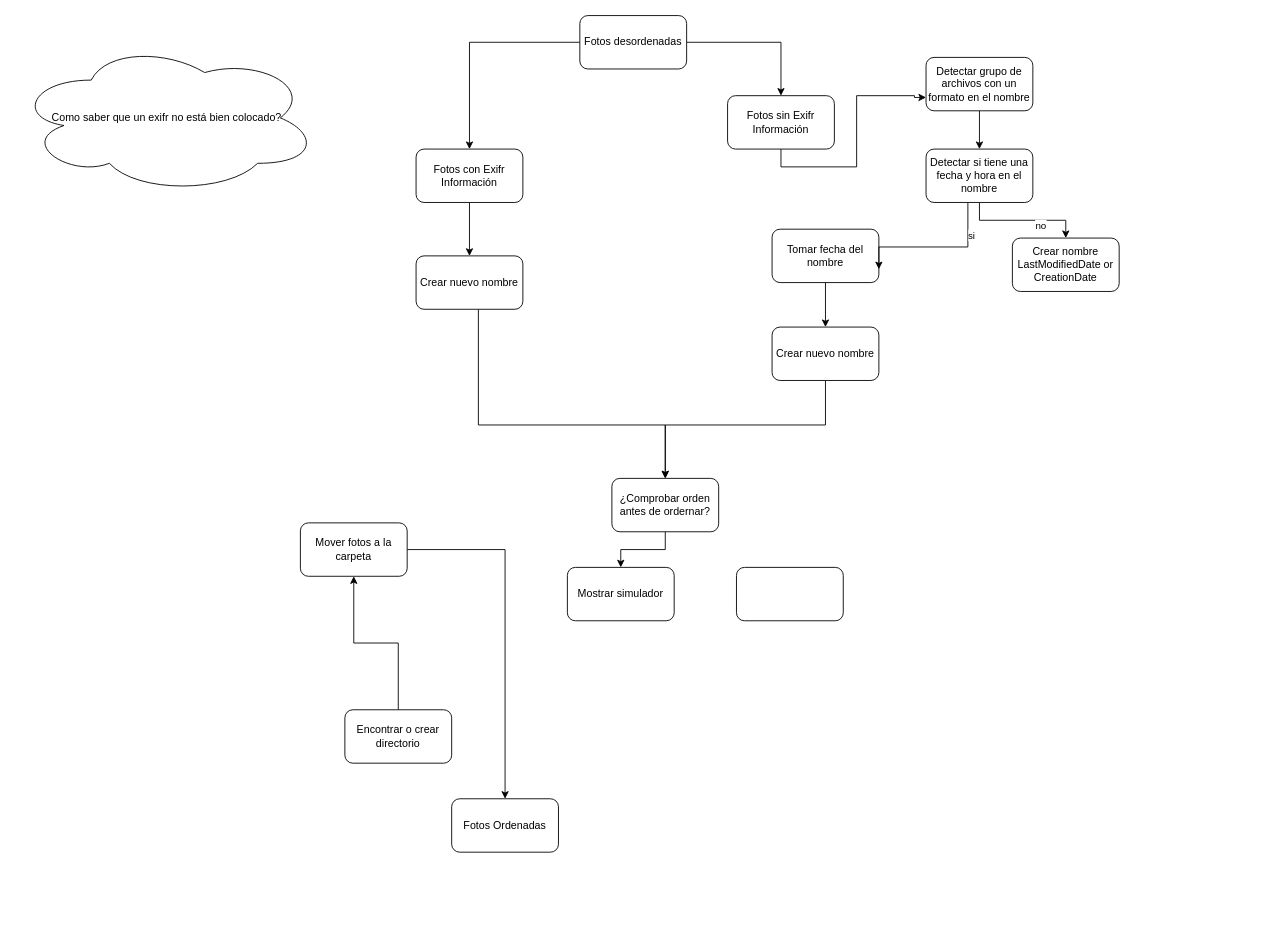
Above: orderphotos.drawio in f3rnandomoreno/drawio (draw.io), before the change. Source tidied: cells renumbered, new cells numbered last; positions are measured from the earlier drawing's top-left corner, leaving out a move shared by most shapes. Both pictures are drawn from the tidied source at 89%, with x=0, y=0 at pixel (15, 15).
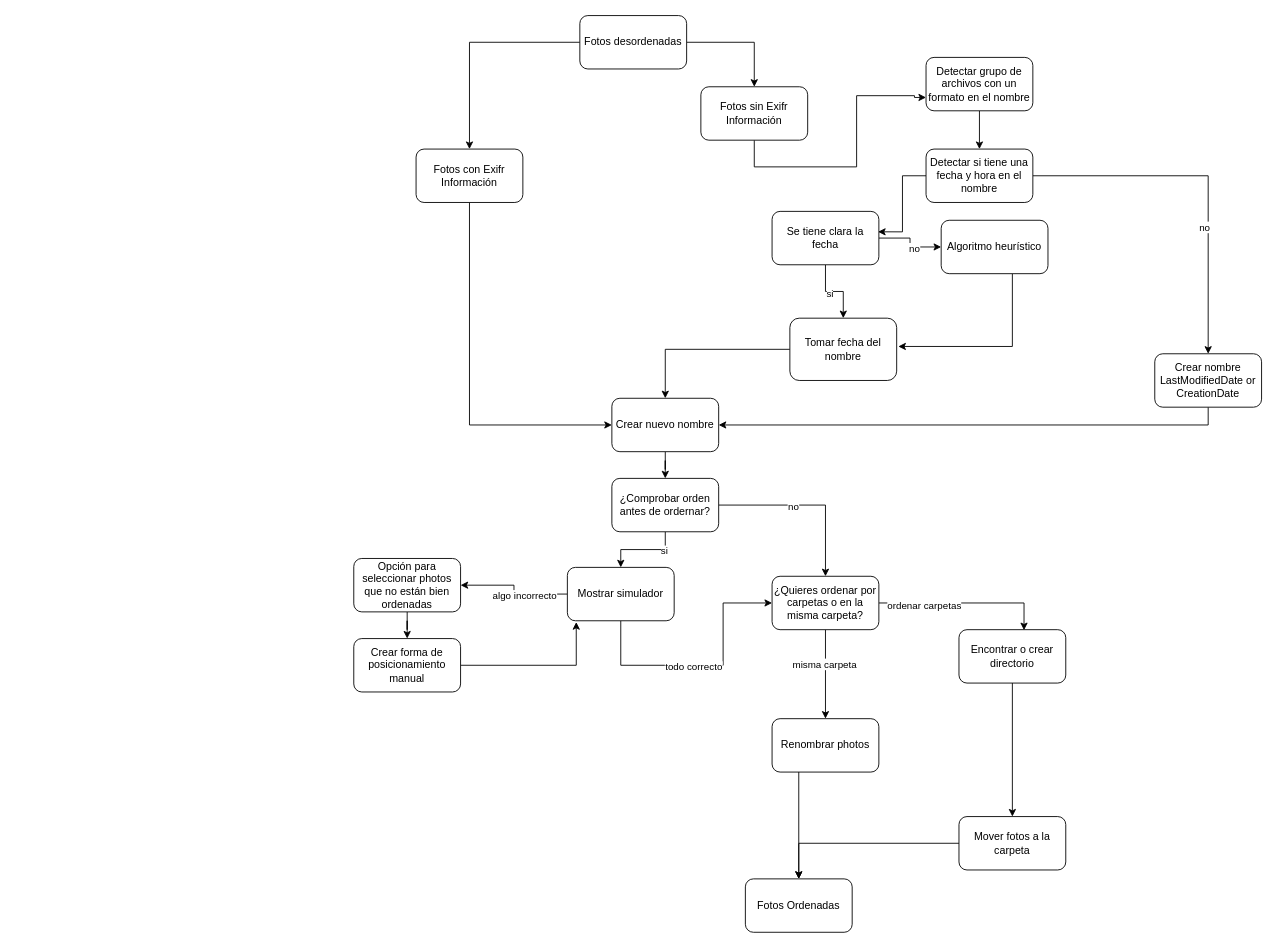
The same page after the edit.

Unchanged cells that the change refers to:
```xml
<mxCell id="7" value="Fotos con Exifr Información" style="rounded=1;whiteSpace=wrap;html=1;" parent="1" vertex="1">
  <mxGeometry x="450" y="150" width="120" height="60" as="geometry" />
</mxCell>
<mxCell id="21" style="edgeStyle=orthogonalEdgeStyle;rounded=0;jettySize=auto;html=1;" parent="1" edge="1" source="22" target="30">
  <mxGeometry relative="1" as="geometry" />
</mxCell>
<mxCell id="22" value="¿Comprobar orden antes de ordernar?" style="rounded=1;whiteSpace=wrap;html=1;" parent="1" vertex="1">
  <mxGeometry x="670" y="520" width="120" height="60" as="geometry" />
</mxCell>
<mxCell id="27" value="Detectar si tiene una fecha y hora en el nombre" style="rounded=1;whiteSpace=wrap;html=1;" parent="1" vertex="1">
  <mxGeometry x="1023" y="150" width="120" height="60" as="geometry" />
</mxCell>
<mxCell id="30" value="Mostrar simulador" style="rounded=1;whiteSpace=wrap;html=1;" parent="1" vertex="1">
  <mxGeometry x="620" y="620" width="120" height="60" as="geometry" />
</mxCell>
```

Diff of the diagram source:
```diff
@@
     <mxCell id="5" value="Fotos Ordenadas" style="rounded=1;whiteSpace=wrap;html=1;" parent="1" vertex="1">
-      <mxGeometry x="490" y="880" width="120" height="60" as="geometry" />
+      <mxGeometry x="820" y="970" width="120" height="60" as="geometry" />
     </mxCell>
-    <mxCell id="6" style="edgeStyle=orthogonalEdgeStyle;rounded=0;jettySize=auto;html=1;" parent="1" edge="1" source="7" target="11">
-      <mxGeometry relative="1" as="geometry" />
+    <mxCell id="6" style="edgeStyle=orthogonalEdgeStyle;rounded=0;jettySize=auto;html=1;entryX=0;entryY=0.5;entryDx=0;entryDy=0;" parent="1" edge="1" source="7" target="19">
+      <mxGeometry relative="1" as="geometry">
+        <Array as="points">
+          <mxPoint x="510" y="460" />
+        </Array>
+      </mxGeometry>
     </mxCell>
@@
     <mxCell id="9" value="Fotos sin Exifr Información" style="rounded=1;whiteSpace=wrap;html=1;" parent="1" vertex="1">
-      <mxGeometry x="800" y="90" width="120" height="60" as="geometry" />
+      <mxGeometry x="770" y="80" width="120" height="60" as="geometry" />
     </mxCell>
-    <mxCell id="10" style="edgeStyle=orthogonalEdgeStyle;rounded=0;jettySize=auto;html=1;" parent="1" edge="1" source="11" target="22">
-      <mxGeometry relative="1" as="geometry">
-        <Array as="points">
-          <mxPoint x="520" y="460" />
-        </Array>
-      </mxGeometry>
-    </mxCell>
-    <mxCell id="11" value="Crear nuevo nombre" style="rounded=1;whiteSpace=wrap;html=1;" parent="1" vertex="1">
-      <mxGeometry x="450" y="270" width="120" height="60" as="geometry" />
-    </mxCell>
@@
     <mxCell id="13" value="Encontrar o crear directorio" style="rounded=1;whiteSpace=wrap;html=1;" parent="1" vertex="1">
-      <mxGeometry x="370" y="780" width="120" height="60" as="geometry" />
+      <mxGeometry x="1060" y="690" width="120" height="60" as="geometry" />
     </mxCell>
@@
     <mxCell id="15" value="Mover fotos a la carpeta" style="rounded=1;whiteSpace=wrap;html=1;" parent="1" vertex="1">
-      <mxGeometry x="320" y="570" width="120" height="60" as="geometry" />
+      <mxGeometry x="1060" y="900" width="120" height="60" as="geometry" />
     </mxCell>
@@
     <mxCell id="17" value="Tomar fecha del nombre" style="rounded=1;whiteSpace=wrap;html=1;" parent="1" vertex="1">
-      <mxGeometry x="850" y="240" width="120" height="60" as="geometry" />
+      <mxGeometry x="870" y="340" width="120" height="70" as="geometry" />
     </mxCell>
     <mxCell id="18" style="edgeStyle=orthogonalEdgeStyle;rounded=0;jettySize=auto;html=1;" parent="1" edge="1" source="19" target="22">
-      <mxGeometry relative="1" as="geometry">
-        <Array as="points">
-          <mxPoint x="910" y="460" />
-          <mxPoint x="730" y="460" />
-        </Array>
-      </mxGeometry>
+      <mxGeometry relative="1" as="geometry" />
     </mxCell>
     <mxCell id="19" value="Crear nuevo nombre" style="rounded=1;whiteSpace=wrap;html=1;" parent="1" vertex="1">
-      <mxGeometry x="850" y="350" width="120" height="60" as="geometry" />
+      <mxGeometry x="670" y="430" width="120" height="60" as="geometry" />
     </mxCell>
-    <mxCell id="20" value="Como saber que un exifr no está bien colocado?" style="ellipse;shape=cloud;whiteSpace=wrap;html=1;" parent="1" vertex="1">
-      <mxGeometry y="30" width="340" height="170" as="geometry" />
-    </mxCell>
@@
+    <mxCell id="33" value="si" style="edgeLabel;html=1;align=center;verticalAlign=middle;" parent="21" vertex="1">
+      <mxGeometry x="-0.51" y="1" relative="1" as="geometry" />
+    </mxCell>
+    <mxCell id="34" style="edgeStyle=orthogonalEdgeStyle;rounded=0;jettySize=auto;html=1;" parent="1" edge="1" source="22" target="31">
+      <mxGeometry relative="1" as="geometry" />
+    </mxCell>
+    <mxCell id="35" value="no" style="edgeLabel;html=1;align=center;verticalAlign=middle;" parent="34" vertex="1">
+      <mxGeometry x="-0.17" y="-1" relative="1" as="geometry" />
+    </mxCell>
@@
-    <mxCell id="23" style="edgeStyle=orthogonalEdgeStyle;rounded=0;jettySize=auto;html=1;entryX=1;entryY=0.75;entryDx=0;entryDy=0;" parent="1" edge="1" source="27" target="17">
-      <mxGeometry relative="1" as="geometry">
-        <Array as="points">
-          <mxPoint x="1070" y="260" />
-          <mxPoint x="970" y="260" />
-        </Array>
-      </mxGeometry>
-    </mxCell>
-    <mxCell id="24" value="si" style="edgeLabel;html=1;align=center;verticalAlign=middle;" parent="23" vertex="1">
-      <mxGeometry x="-0.59" y="3" relative="1" as="geometry" />
-    </mxCell>
@@
+    <mxCell id="36" style="edgeStyle=orthogonalEdgeStyle;rounded=0;jettySize=auto;html=1;entryX=0.992;entryY=0.383;entryDx=0;entryDy=0;entryPerimeter=0;" parent="1" edge="1" source="27" target="50">
+      <mxGeometry relative="1" as="geometry" />
+    </mxCell>
@@
+    <mxCell id="37" style="edgeStyle=orthogonalEdgeStyle;rounded=0;jettySize=auto;html=1;" parent="1" edge="1" source="30" target="31">
+      <mxGeometry relative="1" as="geometry">
+        <Array as="points">
+          <mxPoint x="680" y="730" />
+          <mxPoint x="795" y="730" />
+          <mxPoint x="795" y="660" />
+        </Array>
+      </mxGeometry>
+    </mxCell>
+    <mxCell id="38" value="todo correcto" style="edgeLabel;html=1;align=center;verticalAlign=middle;" parent="37" vertex="1">
+      <mxGeometry x="-0.1" y="-1" relative="1" as="geometry" />
+    </mxCell>
+    <mxCell id="39" style="edgeStyle=orthogonalEdgeStyle;rounded=0;jettySize=auto;html=1;entryX=1;entryY=0.5;entryDx=0;entryDy=0;" parent="1" edge="1" source="30" target="54">
+      <mxGeometry relative="1" as="geometry" />
+    </mxCell>
+    <mxCell id="40" value="algo incorrecto" style="edgeLabel;html=1;align=center;verticalAlign=middle;" parent="39" vertex="1">
+      <mxGeometry x="-0.25" y="1" relative="1" as="geometry" />
+    </mxCell>
@@
+    <mxCell id="41" style="edgeStyle=orthogonalEdgeStyle;rounded=0;jettySize=auto;html=1;" parent="1" edge="1" source="31" target="58">
+      <mxGeometry relative="1" as="geometry" />
+    </mxCell>
+    <mxCell id="42" value="misma carpeta" style="edgeLabel;html=1;align=center;verticalAlign=middle;" parent="41" vertex="1">
+      <mxGeometry x="-0.24" y="-2" relative="1" as="geometry" />
+    </mxCell>
+    <mxCell id="43" style="edgeStyle=orthogonalEdgeStyle;rounded=0;jettySize=auto;html=1;entryX=0.609;entryY=0.01;entryDx=0;entryDy=0;entryPerimeter=0;" parent="1" edge="1" source="31" target="13">
+      <mxGeometry relative="1" as="geometry" />
+    </mxCell>
+    <mxCell id="44" value="ordenar carpetas" style="edgeLabel;html=1;align=center;verticalAlign=middle;" parent="43" vertex="1">
+      <mxGeometry x="-0.48" y="-2" relative="1" as="geometry" />
+    </mxCell>
-    <mxCell id="31" style="rounded=1;whiteSpace=wrap;html=1;" parent="1" vertex="1">
-      <mxGeometry x="810" y="620" width="120" height="60" as="geometry" />
+    <mxCell id="31" value="¿Quieres ordenar por carpetas o en la misma carpeta?" style="rounded=1;whiteSpace=wrap;html=1;" parent="1" vertex="1">
+      <mxGeometry x="850" y="630" width="120" height="60" as="geometry" />
     </mxCell>
+    <mxCell id="45" style="edgeStyle=orthogonalEdgeStyle;rounded=0;jettySize=auto;html=1;entryX=1;entryY=0.5;entryDx=0;entryDy=0;" parent="1" edge="1" source="32" target="19">
+      <mxGeometry relative="1" as="geometry">
+        <Array as="points">
+          <mxPoint x="1340" y="460" />
+        </Array>
+      </mxGeometry>
+    </mxCell>
     <mxCell id="32" value="Crear nombre LastModifiedDate or CreationDate" style="rounded=1;whiteSpace=wrap;html=1;" parent="1" vertex="1">
-      <mxGeometry x="1120" y="250" width="120" height="60" as="geometry" />
+      <mxGeometry x="1280" y="380" width="120" height="60" as="geometry" />
     </mxCell>
+    <mxCell id="46" style="edgeStyle=orthogonalEdgeStyle;rounded=0;jettySize=auto;html=1;" parent="1" edge="1" source="50" target="17">
+      <mxGeometry relative="1" as="geometry" />
+    </mxCell>
+    <mxCell id="47" value="si" style="edgeLabel;html=1;align=center;verticalAlign=middle;" parent="46" vertex="1">
+      <mxGeometry x="-0.14" y="-2" relative="1" as="geometry" />
+    </mxCell>
+    <mxCell id="48" style="edgeStyle=orthogonalEdgeStyle;rounded=0;jettySize=auto;html=1;" parent="1" edge="1" source="50" target="52">
+      <mxGeometry relative="1" as="geometry" />
+    </mxCell>
+    <mxCell id="49" value="no" style="edgeLabel;html=1;align=center;verticalAlign=middle;" parent="48" vertex="1">
+      <mxGeometry x="0.23" y="-1" relative="1" as="geometry" />
+    </mxCell>
+    <mxCell id="50" value="Se tiene clara la fecha" style="rounded=1;whiteSpace=wrap;html=1;" parent="1" vertex="1">
+      <mxGeometry x="850" y="220" width="120" height="60" as="geometry" />
+    </mxCell>
+    <mxCell id="51" style="edgeStyle=orthogonalEdgeStyle;rounded=0;jettySize=auto;html=1;entryX=1.015;entryY=0.454;entryDx=0;entryDy=0;entryPerimeter=0;" parent="1" edge="1" source="52" target="17">
+      <mxGeometry relative="1" as="geometry">
+        <Array as="points">
+          <mxPoint x="1120" y="372" />
+        </Array>
+      </mxGeometry>
+    </mxCell>
+    <mxCell id="52" value="Algoritmo heurístico" style="rounded=1;whiteSpace=wrap;html=1;" parent="1" vertex="1">
+      <mxGeometry x="1040" y="230" width="120" height="60" as="geometry" />
+    </mxCell>
+    <mxCell id="53" style="edgeStyle=orthogonalEdgeStyle;rounded=0;jettySize=auto;html=1;" parent="1" edge="1" source="54" target="56">
+      <mxGeometry relative="1" as="geometry" />
+    </mxCell>
+    <mxCell id="54" value="Opción para seleccionar photos que no están bien ordenadas" style="rounded=1;whiteSpace=wrap;html=1;" parent="1" vertex="1">
+      <mxGeometry x="380" y="610" width="120" height="60" as="geometry" />
+    </mxCell>
+    <mxCell id="55" style="edgeStyle=orthogonalEdgeStyle;rounded=0;jettySize=auto;html=1;entryX=0.083;entryY=1.025;entryDx=0;entryDy=0;entryPerimeter=0;" parent="1" edge="1" source="56" target="30">
+      <mxGeometry relative="1" as="geometry" />
+    </mxCell>
+    <mxCell id="56" value="Crear forma de posicionamiento manual" style="rounded=1;whiteSpace=wrap;html=1;" parent="1" vertex="1">
+      <mxGeometry x="380" y="700" width="120" height="60" as="geometry" />
+    </mxCell>
+    <mxCell id="57" style="edgeStyle=orthogonalEdgeStyle;rounded=0;jettySize=auto;html=1;" parent="1" edge="1" source="58" target="5">
+      <mxGeometry relative="1" as="geometry">
+        <Array as="points">
+          <mxPoint x="880" y="930" />
+          <mxPoint x="880" y="930" />
+        </Array>
+      </mxGeometry>
+    </mxCell>
+    <mxCell id="58" value="Renombrar photos" style="rounded=1;whiteSpace=wrap;html=1;" parent="1" vertex="1">
+      <mxGeometry x="850" y="790" width="120" height="60" as="geometry" />
+    </mxCell>
```
